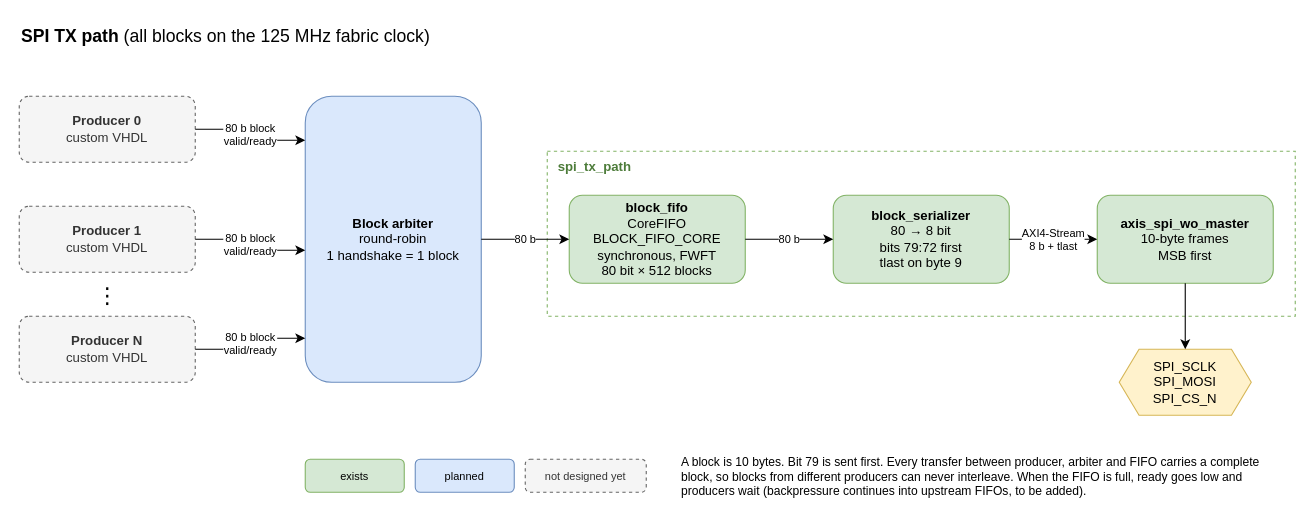
Above: documentation/spi_tx_path.drawio in jenswilly/polarfire_simple (draw.io), before the change. Source tidied: cells renumbered, new cells numbered last; positions are measured from the earlier drawing's top-left corner, leaving out a move shared by most shapes. Both pictures are drawn from the tidied source at 110%, with x=0, y=0 at pixel (19, 19).
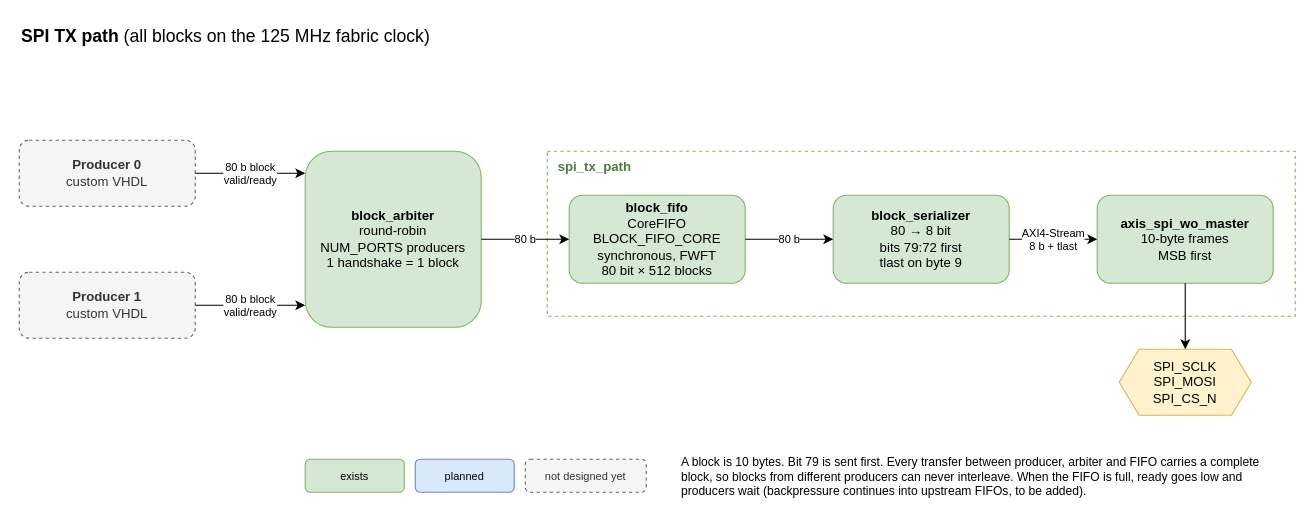
After the change.

Change to the diagram source:
```diff
@@
     <mxCell id="4" value="&lt;b&gt;Producer 0&lt;/b&gt;&lt;br&gt;custom VHDL" style="rounded=1;whiteSpace=wrap;html=1;fillColor=#f5f5f5;strokeColor=#666666;fontColor=#333333;dashed=1;" parent="1" vertex="1">
-      <mxGeometry y="70" width="160" height="60" as="geometry" />
+      <mxGeometry y="110" width="160" height="60" as="geometry" />
     </mxCell>
     <mxCell id="5" value="&lt;b&gt;Producer 1&lt;/b&gt;&lt;br&gt;custom VHDL" style="rounded=1;whiteSpace=wrap;html=1;fillColor=#f5f5f5;strokeColor=#666666;fontColor=#333333;dashed=1;" parent="1" vertex="1">
-      <mxGeometry y="170" width="160" height="60" as="geometry" />
+      <mxGeometry y="230" width="160" height="60" as="geometry" />
     </mxCell>
-    <mxCell id="6" value="⋮" style="text;html=1;align=center;verticalAlign=middle;fontSize=20;" parent="1" vertex="1">
-      <mxGeometry x="60" y="235" width="40" height="30" as="geometry" />
-    </mxCell>
-    <mxCell id="7" value="&lt;b&gt;Producer N&lt;/b&gt;&lt;br&gt;custom VHDL" style="rounded=1;whiteSpace=wrap;html=1;fillColor=#f5f5f5;strokeColor=#666666;fontColor=#333333;dashed=1;" parent="1" vertex="1">
-      <mxGeometry y="270" width="160" height="60" as="geometry" />
-    </mxCell>
-    <mxCell id="8" value="&lt;b&gt;Block arbiter&lt;/b&gt;&lt;br&gt;round-robin&lt;br&gt;1 handshake = 1 block" style="rounded=1;whiteSpace=wrap;html=1;fillColor=#dae8fc;strokeColor=#6c8ebf;" parent="1" vertex="1">
-      <mxGeometry x="260" y="70" width="160" height="260" as="geometry" />
+    <mxCell id="8" value="&lt;b&gt;block_arbiter&lt;/b&gt;&lt;br&gt;round-robin&lt;br&gt;NUM_PORTS producers&lt;br&gt;1 handshake = 1 block" style="rounded=1;whiteSpace=wrap;html=1;fillColor=#d5e8d4;strokeColor=#82b366;" parent="1" vertex="1">
+      <mxGeometry x="260" y="120" width="160" height="160" as="geometry" />
     </mxCell>
@@
-    <mxCell id="13" value="80 b block&lt;br&gt;valid/ready" style="edgeStyle=orthogonalEdgeStyle;rounded=0;html=1;fontSize=10;exitX=1;exitY=0.5;entryX=0;entryY=0.1538;entryDx=0;entryDy=0;" parent="1" edge="1" source="4" target="8">
+    <mxCell id="13" value="80 b block&lt;br&gt;valid/ready" style="edgeStyle=orthogonalEdgeStyle;rounded=0;html=1;fontSize=10;exitX=1;exitY=0.5;entryX=0;entryY=0.125;entryDx=0;entryDy=0;" parent="1" edge="1" source="4" target="8">
       <mxGeometry relative="1" as="geometry" />
     </mxCell>
-    <mxCell id="14" value="80 b block&lt;br&gt;valid/ready" style="edgeStyle=orthogonalEdgeStyle;rounded=0;html=1;fontSize=10;exitX=1;exitY=0.5;entryX=0;entryY=0.5385;entryDx=0;entryDy=0;" parent="1" edge="1" source="5" target="8">
+    <mxCell id="14" value="80 b block&lt;br&gt;valid/ready" style="edgeStyle=orthogonalEdgeStyle;rounded=0;html=1;fontSize=10;exitX=1;exitY=0.5;entryX=0;entryY=0.875;entryDx=0;entryDy=0;" parent="1" edge="1" source="5" target="8">
       <mxGeometry relative="1" as="geometry" />
     </mxCell>
-    <mxCell id="15" value="80 b block&lt;br&gt;valid/ready" style="edgeStyle=orthogonalEdgeStyle;rounded=0;html=1;fontSize=10;exitX=1;exitY=0.5;entryX=0;entryY=0.8462;entryDx=0;entryDy=0;" parent="1" edge="1" source="7" target="8">
-      <mxGeometry relative="1" as="geometry" />
-    </mxCell>
```
